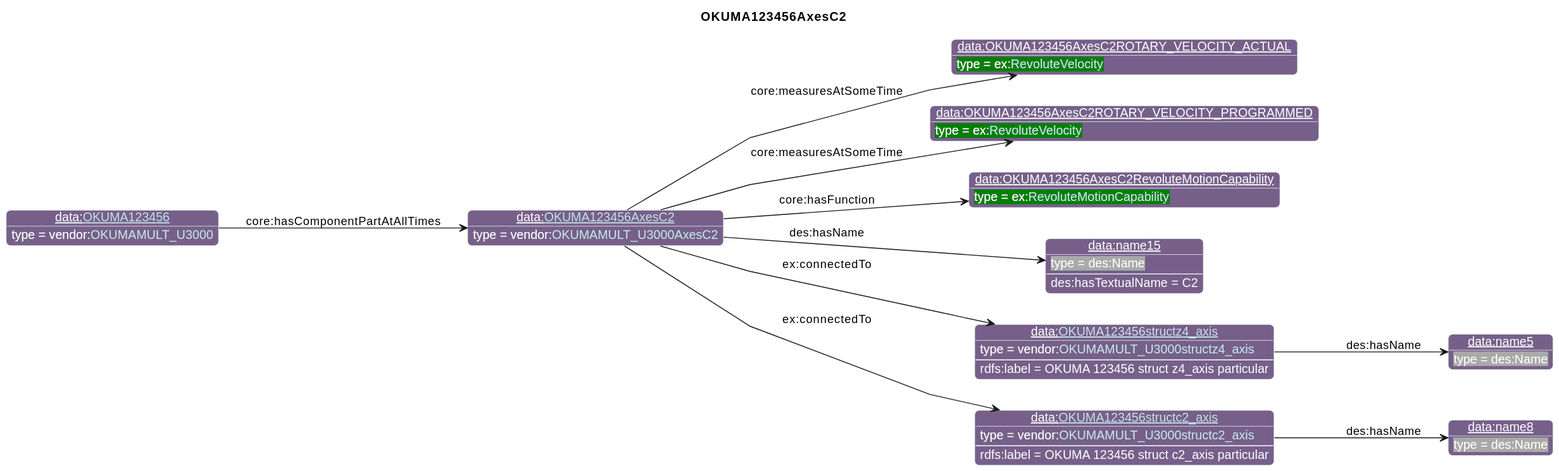
The PlantUML diagram diagrams/OKUMA123456AxesC2.svg in iofoundry/example-syseng-mtconnect, before a commit.
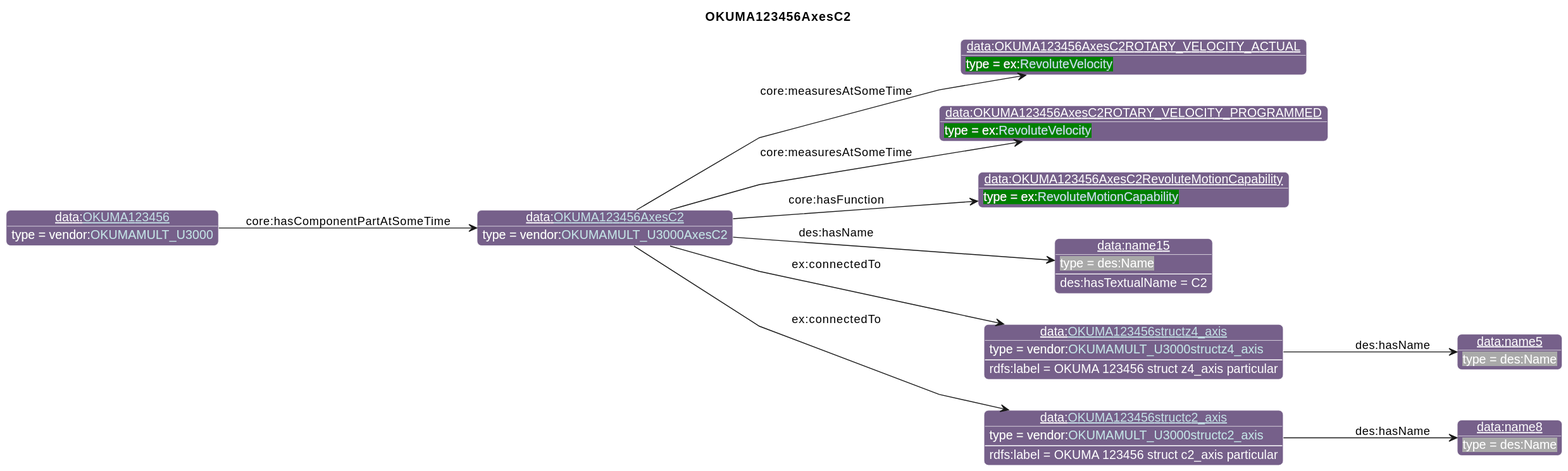
The same file after the commit.

The edit, as a diff of the source:
```diff
@@ -46,5 +46,5 @@
 property(o0, "ex:connectedTo", o7)
 data(o7, "rdfs:label", "OKUMA 123456 struct c2_axis particular")
 property(o7, "des:hasName", o8)
-property(o9, "core:hasComponentPartAtAllTimes", o0)
+property(o9, "core:hasComponentPartAtSomeTime", o0)
 @enduml
```
